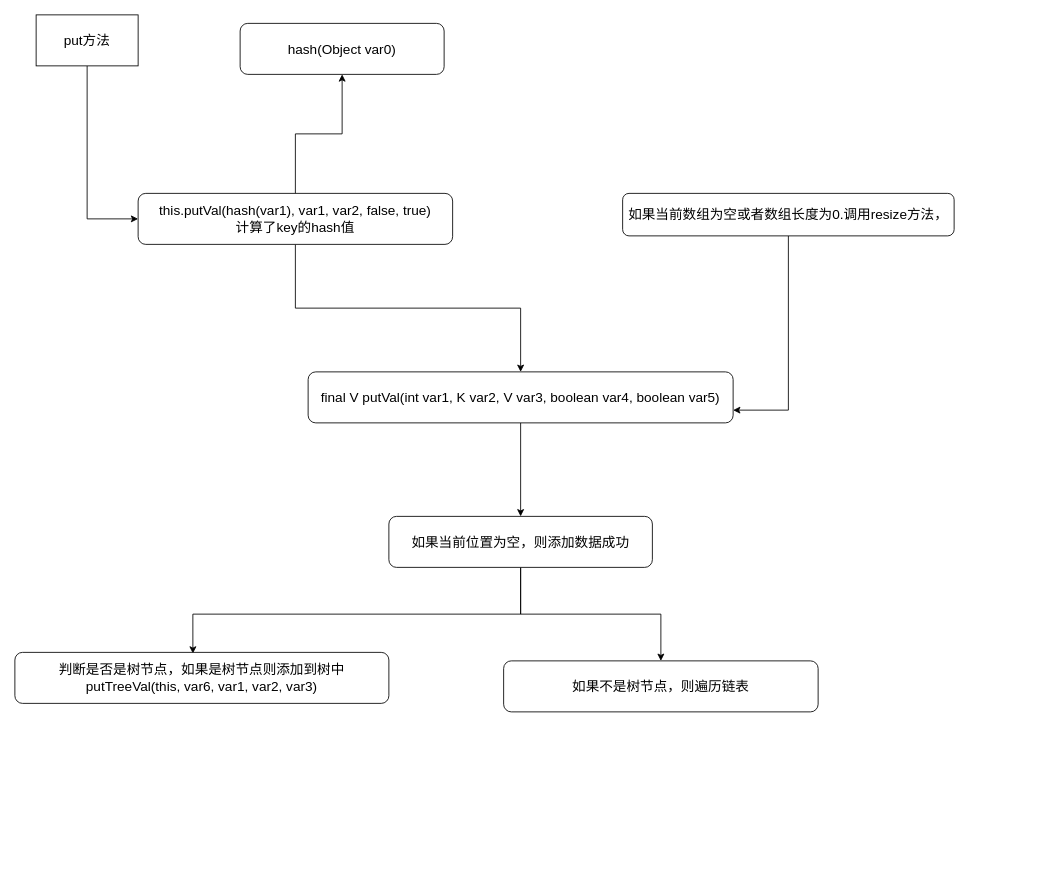
Before: Java 基础/HashMap的put方法.drawio in lzyooyle/TikTok, a draw.io diagram. Source tidied: cells renumbered, new cells numbered last; positions are measured from the earlier drawing's top-left corner, leaving out a move shared by most shapes. Both pictures are drawn from the tidied source at 85%, with x=0, y=0 at pixel (14, 14).
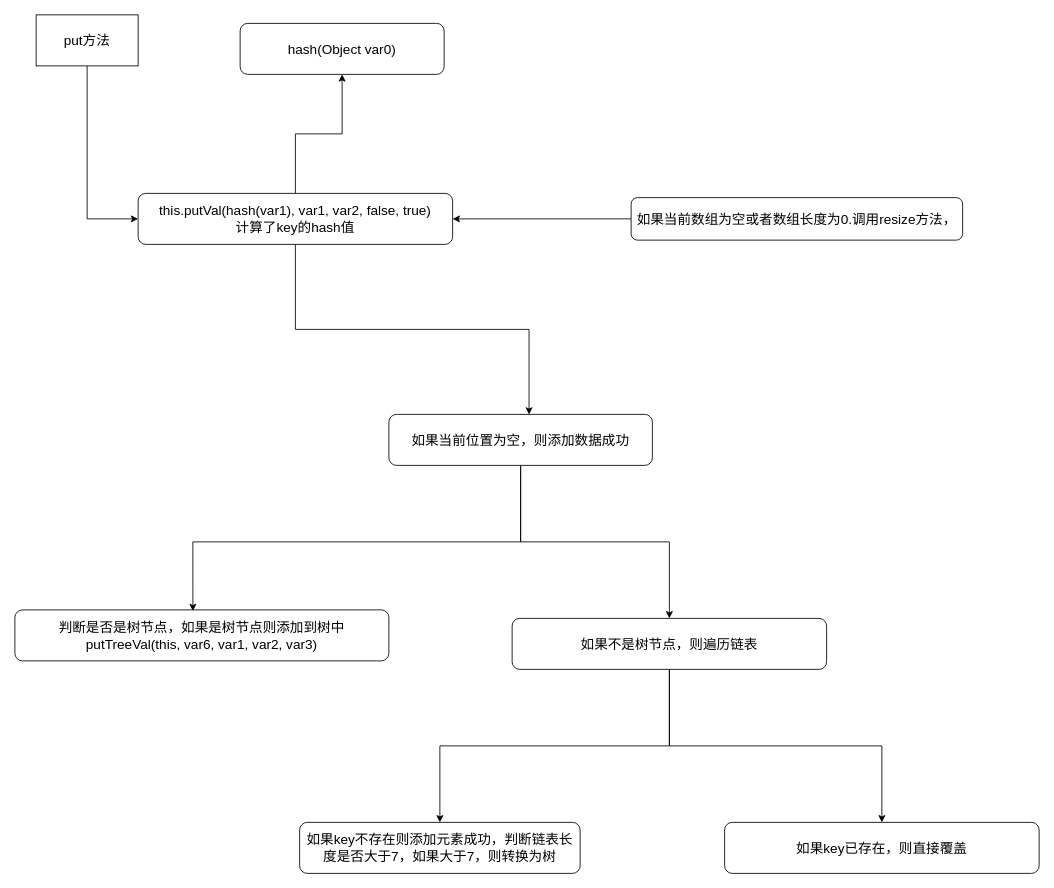
The same diagram, later.

Unchanged cells that the change refers to:
```xml
<mxCell id="6" value="this.putVal(hash(var1), var1, var2, false, true)&lt;br&gt;计算了key的hash值" style="rounded=1;whiteSpace=wrap;html=1;fontSize=16;" parent="1" vertex="1">
  <mxGeometry x="145" y="210" width="370" height="60" as="geometry" />
</mxCell>
```

Diff of the diagram source:
```diff
@@
-    <mxCell id="4" style="edgeStyle=orthogonalEdgeStyle;rounded=0;jettySize=auto;html=1;exitX=0.5;exitY=1;exitDx=0;exitDy=0;entryX=0.5;entryY=0;entryDx=0;entryDy=0;fontSize=16;" parent="1" edge="1" source="6" target="9">
+    <mxCell id="4" style="edgeStyle=orthogonalEdgeStyle;rounded=0;jettySize=auto;html=1;exitX=0.5;exitY=1;exitDx=0;exitDy=0;fontSize=16;entryX=0.532;entryY=0.003;entryDx=0;entryDy=0;entryPerimeter=0;" parent="1" edge="1" source="6" target="14">
       <mxGeometry relative="1" as="geometry" />
     </mxCell>
@@
-    <mxCell id="8" style="edgeStyle=orthogonalEdgeStyle;rounded=0;jettySize=auto;html=1;fontSize=16;" parent="1" edge="1" source="9" target="14">
-      <mxGeometry relative="1" as="geometry" />
-    </mxCell>
-    <mxCell id="9" value="final V putVal(int var1, K var2, V var3, boolean var4, boolean var5)" style="rounded=1;whiteSpace=wrap;html=1;fontSize=16;" parent="1" vertex="1">
-      <mxGeometry x="345" y="420" width="500" height="60" as="geometry" />
-    </mxCell>
-    <mxCell id="10" style="edgeStyle=orthogonalEdgeStyle;rounded=0;jettySize=auto;html=1;entryX=1;entryY=0.75;entryDx=0;entryDy=0;fontSize=16;" parent="1" edge="1" source="11" target="9">
+    <mxCell id="10" style="edgeStyle=orthogonalEdgeStyle;rounded=0;jettySize=auto;html=1;entryX=1;entryY=0.5;entryDx=0;entryDy=0;fontSize=16;" parent="1" edge="1" source="11" target="6">
       <mxGeometry relative="1" as="geometry" />
     </mxCell>
     <mxCell id="11" value="如果当前数组为空或者数组长度为0.调用resize方法，" style="rounded=1;whiteSpace=wrap;html=1;fontSize=16;" parent="1" vertex="1">
-      <mxGeometry x="715" y="210" width="390" height="50" as="geometry" />
+      <mxGeometry x="725" y="215" width="390" height="50" as="geometry" />
     </mxCell>
     <mxCell id="12" style="edgeStyle=orthogonalEdgeStyle;rounded=0;jettySize=auto;html=1;entryX=0.476;entryY=0.023;entryDx=0;entryDy=0;entryPerimeter=0;fontSize=16;" parent="1" edge="1" source="14" target="15">
       <mxGeometry relative="1" as="geometry">
         <Array as="points">
-          <mxPoint x="595" y="705" />
+          <mxPoint x="595" y="620" />
+          <mxPoint x="209" y="620" />
         </Array>
       </mxGeometry>
     </mxCell>
@@
     <mxCell id="14" value="如果当前位置为空，则添加数据成功" style="rounded=1;whiteSpace=wrap;html=1;fontSize=16;" parent="1" vertex="1">
-      <mxGeometry x="440" y="590" width="310" height="60" as="geometry" />
+      <mxGeometry x="440" y="470" width="310" height="60" as="geometry" />
     </mxCell>
     <mxCell id="15" value="判断是否是树节点，如果是树节点则添加到树中&lt;br&gt;putTreeVal(this, var6, var1, var2, var3)" style="rounded=1;whiteSpace=wrap;html=1;fontSize=16;" parent="1" vertex="1">
-      <mxGeometry y="750" width="440" height="60" as="geometry" />
+      <mxGeometry y="700" width="440" height="60" as="geometry" />
     </mxCell>
+    <mxCell id="17" style="edgeStyle=orthogonalEdgeStyle;rounded=0;jettySize=auto;html=1;fontSize=16;" parent="1" edge="1" source="16" target="19">
+      <mxGeometry relative="1" as="geometry" />
+    </mxCell>
+    <mxCell id="18" style="edgeStyle=orthogonalEdgeStyle;rounded=0;jettySize=auto;html=1;exitX=0.5;exitY=1;exitDx=0;exitDy=0;entryX=0.5;entryY=0;entryDx=0;entryDy=0;fontSize=16;" parent="1" edge="1" source="16" target="20">
+      <mxGeometry relative="1" as="geometry" />
+    </mxCell>
     <mxCell id="16" value="如果不是树节点，则遍历链表" style="rounded=1;whiteSpace=wrap;html=1;fontSize=16;" parent="1" vertex="1">
-      <mxGeometry x="575" y="760" width="370" height="60" as="geometry" />
+      <mxGeometry x="585" y="710" width="370" height="60" as="geometry" />
     </mxCell>
+    <mxCell id="19" value="如果key不存在则添加元素成功，判断链表长度是否大于7，如果大于7，则转换为树" style="rounded=1;whiteSpace=wrap;html=1;fontSize=16;" parent="1" vertex="1">
+      <mxGeometry x="335" y="950" width="330" height="60" as="geometry" />
+    </mxCell>
+    <mxCell id="20" value="如果key已存在，则直接覆盖" style="rounded=1;whiteSpace=wrap;html=1;fontSize=16;" parent="1" vertex="1">
+      <mxGeometry x="835" y="950" width="370" height="60" as="geometry" />
+    </mxCell>
```
